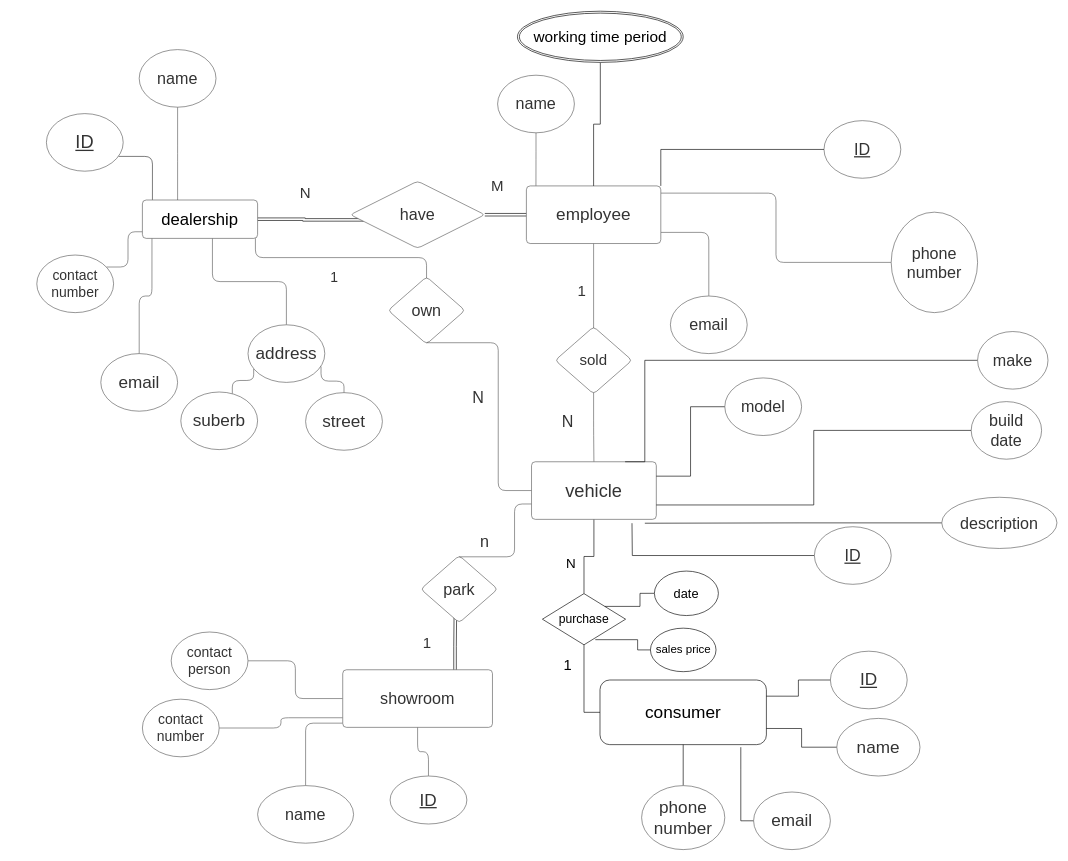
The draw.io diagram Untitled Diagram.drawio in bekon-official/COMP9311, before the edit. Source tidied: cells renumbered, new cells numbered last; positions are measured from the earlier drawing's top-left corner, leaving out a move shared by most shapes. Both pictures are drawn from the tidied source at 64%, with x=0, y=0 at pixel (36, 11).
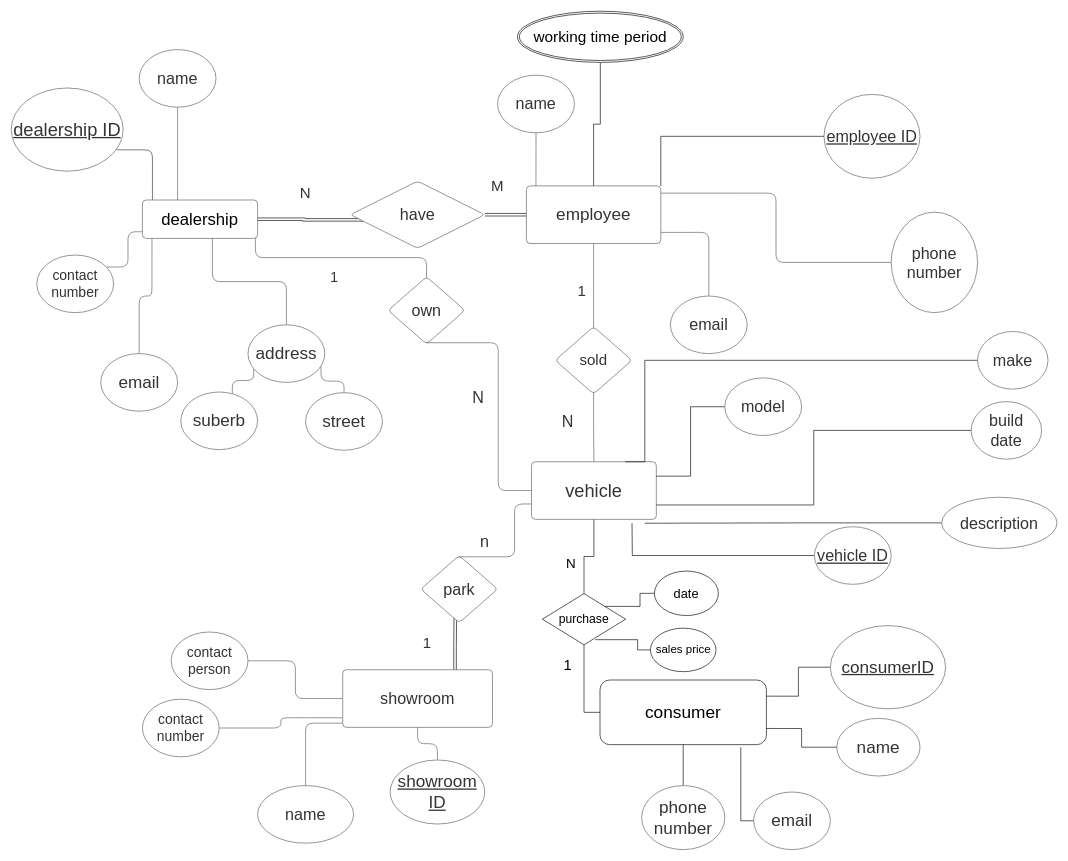
The same page after the edit.

Change to the diagram source:
```diff
@@
-    <mxCell id="7" value="ID" style="html=1;overflow=block;blockSpacing=1;whiteSpace=wrap;ellipse;whiteSpace=wrap;fontSize=28.5;fontColor=#333333;fontStyle=4;align=center;spacing=3.8;strokeColor=#333333;strokeOpacity=100;fillOpacity=100;rounded=1;absoluteArcSize=1;arcSize=12;fillColor=#ffffff;strokeWidth=0.8;" parent="1" vertex="1">
-      <mxGeometry x="15" y="160" width="120" height="90" as="geometry" />
+    <mxCell id="7" value="dealership ID" style="html=1;overflow=block;blockSpacing=1;whiteSpace=wrap;ellipse;whiteSpace=wrap;fontSize=28.5;fontColor=#333333;fontStyle=4;align=center;spacing=3.8;strokeColor=#333333;strokeOpacity=100;fillOpacity=100;rounded=1;absoluteArcSize=1;arcSize=12;fillColor=#ffffff;strokeWidth=0.8;" parent="1" vertex="1">
+      <mxGeometry x="-40" y="120" width="175" height="130" as="geometry" />
     </mxCell>
@@
-    <mxCell id="24" value="ID" style="html=1;overflow=block;blockSpacing=1;whiteSpace=wrap;ellipse;whiteSpace=wrap;fontSize=25.2;fontColor=#333333;fontStyle=4;align=center;spacing=3.8;strokeColor=#333333;strokeOpacity=100;fillOpacity=100;rounded=1;absoluteArcSize=1;arcSize=12;fillColor=#ffffff;strokeWidth=0.8;" parent="1" vertex="1">
-      <mxGeometry x="1230" y="171" width="120" height="90" as="geometry" />
+    <mxCell id="24" value="employee ID" style="html=1;overflow=block;blockSpacing=1;whiteSpace=wrap;ellipse;whiteSpace=wrap;fontSize=25.2;fontColor=#333333;fontStyle=4;align=center;spacing=3.8;strokeColor=#333333;strokeOpacity=100;fillOpacity=100;rounded=1;absoluteArcSize=1;arcSize=12;fillColor=#ffffff;strokeWidth=0.8;" parent="1" vertex="1">
+      <mxGeometry x="1230" y="130" width="150" height="131" as="geometry" />
     </mxCell>
@@
-    <mxCell id="46" value="ID" style="html=1;overflow=block;blockSpacing=1;whiteSpace=wrap;ellipse;whiteSpace=wrap;fontSize=26.8;fontColor=#333333;fontStyle=4;align=center;spacing=3.8;strokeColor=#333333;strokeOpacity=100;fillOpacity=100;rounded=1;absoluteArcSize=1;arcSize=12;fillColor=#ffffff;strokeWidth=0.8;" parent="1" vertex="1">
-      <mxGeometry x="552" y="1195" width="120" height="75" as="geometry" />
+    <mxCell id="46" value="showroom ID" style="html=1;overflow=block;blockSpacing=1;whiteSpace=wrap;ellipse;whiteSpace=wrap;fontSize=26.8;fontColor=#333333;fontStyle=4;align=center;spacing=3.8;strokeColor=#333333;strokeOpacity=100;fillOpacity=100;rounded=1;absoluteArcSize=1;arcSize=12;fillColor=#ffffff;strokeWidth=0.8;" parent="1" vertex="1">
+      <mxGeometry x="552" y="1170" width="148" height="100" as="geometry" />
     </mxCell>
@@
-    <mxCell id="64" value="&lt;u&gt;ID&lt;/u&gt;" style="html=1;overflow=block;blockSpacing=1;whiteSpace=wrap;ellipse;whiteSpace=wrap;fontSize=25.2;fontColor=#333333;align=center;spacing=3.8;strokeColor=#333333;strokeOpacity=100;fillOpacity=100;rounded=1;absoluteArcSize=1;arcSize=12;fillColor=#ffffff;strokeWidth=0.8;" parent="1" vertex="1">
+    <mxCell id="64" value="&lt;u&gt;vehicle ID&lt;/u&gt;" style="html=1;overflow=block;blockSpacing=1;whiteSpace=wrap;ellipse;whiteSpace=wrap;fontSize=25.2;fontColor=#333333;align=center;spacing=3.8;strokeColor=#333333;strokeOpacity=100;fillOpacity=100;rounded=1;absoluteArcSize=1;arcSize=12;fillColor=#ffffff;strokeWidth=0.8;" parent="1" vertex="1">
       <mxGeometry x="1215" y="805.5" width="120" height="90" as="geometry" />
     </mxCell>
@@
-    <mxCell id="69" value="&lt;u&gt;ID&lt;/u&gt;" style="html=1;overflow=block;blockSpacing=1;whiteSpace=wrap;ellipse;whiteSpace=wrap;fontSize=26.8;fontColor=#333333;align=center;spacing=3.8;strokeColor=#333333;strokeOpacity=100;fillOpacity=100;rounded=1;absoluteArcSize=1;arcSize=12;fillColor=#ffffff;strokeWidth=0.8;" parent="1" vertex="1">
-      <mxGeometry x="1240" y="1000" width="120" height="90" as="geometry" />
+    <mxCell id="69" value="&lt;u&gt;consumerID&lt;/u&gt;" style="html=1;overflow=block;blockSpacing=1;whiteSpace=wrap;ellipse;whiteSpace=wrap;fontSize=26.8;fontColor=#333333;align=center;spacing=3.8;strokeColor=#333333;strokeOpacity=100;fillOpacity=100;rounded=1;absoluteArcSize=1;arcSize=12;fillColor=#ffffff;strokeWidth=0.8;" parent="1" vertex="1">
+      <mxGeometry x="1240" y="960" width="180" height="130" as="geometry" />
     </mxCell>
```
